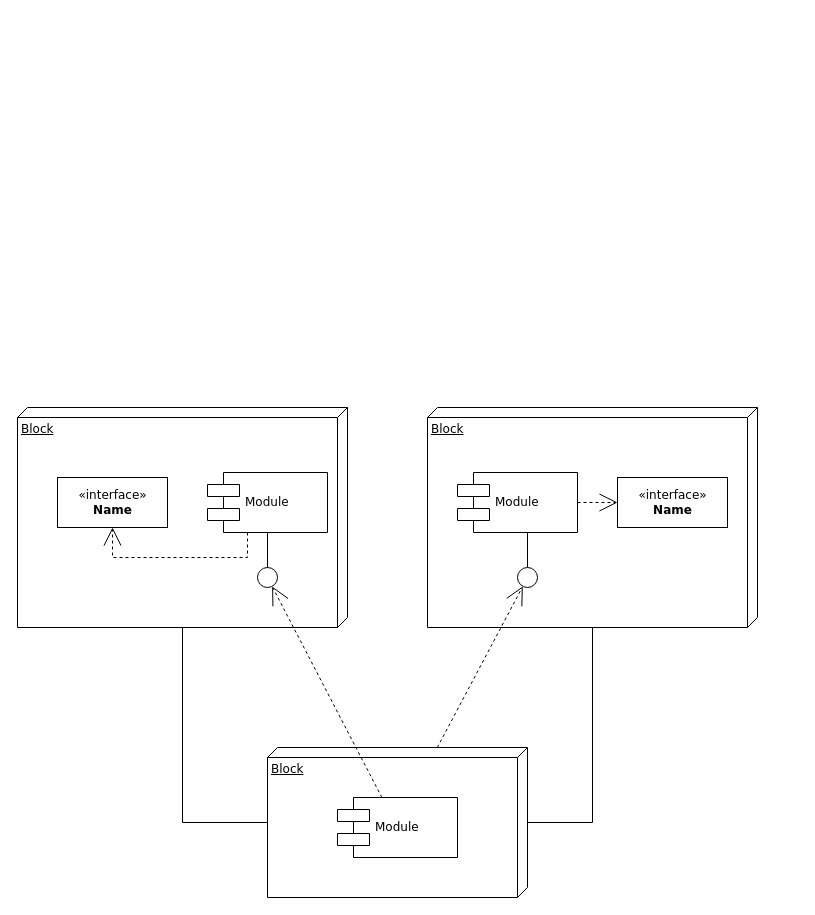
Earlier version of the draw.io diagram Диаграмма без названия.drawio (Anaastasiya/-). Source tidied: cells renumbered, new cells numbered last; positions are measured from the earlier drawing's top-left corner, leaving out a move shared by most shapes. Both pictures are drawn from the tidied source at 100%, with x=0, y=0 at pixel (17, 407).
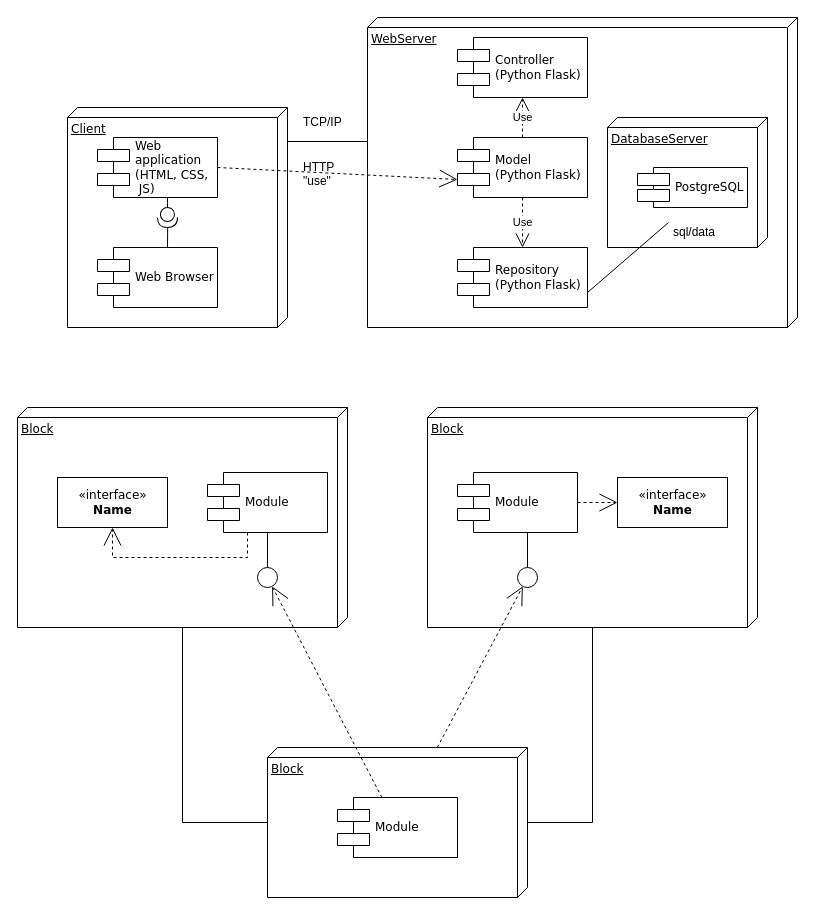
The same page after the edit.

What changed in the source:
```diff
@@
+    <mxCell id="20" value="Client" style="verticalAlign=top;align=left;spacingTop=8;spacingLeft=2;spacingRight=12;shape=cube;size=10;direction=south;fontStyle=4;html=1;rounded=0;shadow=0;comic=0;labelBackgroundColor=none;strokeWidth=1;fontFamily=Verdana;fontSize=12;" parent="1" vertex="1">
+      <mxGeometry x="50" y="-300" width="220" height="220" as="geometry" />
+    </mxCell>
+    <mxCell id="21" value="WebServer" style="verticalAlign=top;align=left;spacingTop=8;spacingLeft=2;spacingRight=12;shape=cube;size=10;direction=south;fontStyle=4;html=1;rounded=0;shadow=0;comic=0;labelBackgroundColor=none;strokeWidth=1;fontFamily=Verdana;fontSize=12;" parent="1" vertex="1">
+      <mxGeometry x="350" y="-390" width="430" height="310" as="geometry" />
+    </mxCell>
+    <mxCell id="22" value="DatabaseServer" style="verticalAlign=top;align=left;spacingTop=8;spacingLeft=2;spacingRight=12;shape=cube;size=10;direction=south;fontStyle=4;html=1;rounded=0;shadow=0;comic=0;labelBackgroundColor=none;strokeWidth=1;fontFamily=Verdana;fontSize=12;" parent="1" vertex="1">
+      <mxGeometry x="590" y="-290" width="160" height="130" as="geometry" />
+    </mxCell>
+    <mxCell id="23" value="Web &lt;br&gt;application&lt;br style=&quot;border-color: var(--border-color); text-align: center;&quot;&gt;&lt;span style=&quot;text-align: center;&quot;&gt;(HTML, CSS,&lt;br&gt;&amp;nbsp;JS&lt;/span&gt;&lt;span style=&quot;text-align: center;&quot;&gt;)&lt;/span&gt;" style="shape=component;align=left;spacingLeft=36;rounded=0;shadow=0;comic=0;labelBackgroundColor=none;strokeWidth=1;fontFamily=Verdana;fontSize=12;html=1;" parent="1" vertex="1">
+      <mxGeometry x="80" y="-270" width="120" height="60" as="geometry" />
+    </mxCell>
+    <mxCell id="24" value="Controller&lt;br style=&quot;border-color: var(--border-color);&quot;&gt;(Python Flask)" style="shape=component;align=left;spacingLeft=36;rounded=0;shadow=0;comic=0;labelBackgroundColor=none;strokeWidth=1;fontFamily=Verdana;fontSize=12;html=1;" parent="1" vertex="1">
+      <mxGeometry x="440" y="-370" width="130" height="60" as="geometry" />
+    </mxCell>
+    <mxCell id="25" value="PostgreSQL" style="shape=component;align=left;spacingLeft=36;rounded=0;shadow=0;comic=0;labelBackgroundColor=none;strokeWidth=1;fontFamily=Verdana;fontSize=12;html=1;" parent="1" vertex="1">
+      <mxGeometry x="620" y="-240" width="110" height="40" as="geometry" />
+    </mxCell>
+    <mxCell id="26" style="edgeStyle=none;rounded=0;html=1;dashed=1;labelBackgroundColor=none;startArrow=none;startFill=0;startSize=8;endArrow=open;endFill=0;endSize=16;fontFamily=Verdana;fontSize=12;exitX=1;exitY=0.5;exitDx=0;exitDy=0;entryX=0;entryY=0.7;entryDx=0;entryDy=0;" parent="1" edge="1" source="23" target="32">
+      <mxGeometry relative="1" as="geometry" />
+    </mxCell>
+    <mxCell id="27" style="edgeStyle=elbowEdgeStyle;rounded=0;html=1;labelBackgroundColor=none;startArrow=none;startFill=0;startSize=8;endArrow=none;endFill=0;endSize=16;fontFamily=Verdana;fontSize=12;" parent="1" edge="1" target="23">
+      <mxGeometry relative="1" as="geometry">
+        <mxPoint x="150" y="-200" as="sourcePoint" />
+      </mxGeometry>
+    </mxCell>
+    <mxCell id="28" value="Web Browser" style="shape=component;align=left;spacingLeft=36;rounded=0;shadow=0;comic=0;labelBackgroundColor=none;strokeWidth=1;fontFamily=Verdana;fontSize=12;html=1;" parent="1" vertex="1">
+      <mxGeometry x="80" y="-160" width="120" height="60" as="geometry" />
+    </mxCell>
+    <mxCell id="29" style="shape=providedRequiredInterface;html=1;verticalLabelPosition=bottom;sketch=0;rotation=89;" parent="1" vertex="1">
+      <mxGeometry x="140" y="-200" width="20" height="20" as="geometry" />
+    </mxCell>
+    <mxCell id="30" style="edgeStyle=elbowEdgeStyle;rounded=0;html=1;labelBackgroundColor=none;startArrow=none;startFill=0;startSize=8;endArrow=none;endFill=0;endSize=16;fontFamily=Verdana;fontSize=12;exitX=1;exitY=0.5;exitDx=0;exitDy=0;exitPerimeter=0;" parent="1" edge="1" source="29" target="28">
+      <mxGeometry relative="1" as="geometry" />
+    </mxCell>
+    <mxCell id="31" value="TCP/IP" style="text;strokeColor=none;fillColor=none;align=left;verticalAlign=middle;spacingLeft=4;spacingRight=4;overflow=hidden;whiteSpace=wrap;html=1;" parent="1" vertex="1">
+      <mxGeometry x="280" y="-300" width="80" height="30" as="geometry" />
+    </mxCell>
+    <mxCell id="32" value="Model&lt;br style=&quot;border-color: var(--border-color);&quot;&gt;(Python Flask)" style="shape=component;align=left;spacingLeft=36;rounded=0;shadow=0;comic=0;labelBackgroundColor=none;strokeWidth=1;fontFamily=Verdana;fontSize=12;html=1;" parent="1" vertex="1">
+      <mxGeometry x="440" y="-270" width="130" height="60" as="geometry" />
+    </mxCell>
+    <mxCell id="33" value="HTTP&lt;br&gt;&quot;use&quot;" style="text;strokeColor=none;fillColor=none;align=left;verticalAlign=middle;spacingLeft=4;spacingRight=4;overflow=hidden;whiteSpace=wrap;html=1;" parent="1" vertex="1">
+      <mxGeometry x="280" y="-250" width="80" height="30" as="geometry" />
+    </mxCell>
+    <mxCell id="34" value="Use" style="endArrow=open;endSize=12;dashed=1;html=1;rounded=0;entryX=0.5;entryY=1;entryDx=0;entryDy=0;exitX=0.5;exitY=0;exitDx=0;exitDy=0;" parent="1" edge="1" source="32" target="24">
+      <mxGeometry relative="1" as="geometry" />
+    </mxCell>
+    <mxCell id="35" value="Repository&lt;br&gt;(Python Flask)" style="shape=component;align=left;spacingLeft=36;rounded=0;shadow=0;comic=0;labelBackgroundColor=none;strokeWidth=1;fontFamily=Verdana;fontSize=12;html=1;" parent="1" vertex="1">
+      <mxGeometry x="440" y="-160" width="130" height="60" as="geometry" />
+    </mxCell>
+    <mxCell id="36" value="Use" style="endArrow=open;endSize=12;dashed=1;html=1;rounded=0;exitX=0.5;exitY=1;exitDx=0;exitDy=0;entryX=0.5;entryY=0;entryDx=0;entryDy=0;" parent="1" edge="1" source="32" target="35">
+      <mxGeometry relative="1" as="geometry" />
+    </mxCell>
+    <mxCell id="37" style="line;strokeWidth=1;fillColor=none;align=left;verticalAlign=middle;spacingTop=-1;spacingLeft=3;spacingRight=3;labelPosition=right;strokeColor=inherit;" parent="1" vertex="1">
+      <mxGeometry x="270" y="-270" width="80" height="8" as="geometry" />
+    </mxCell>
+    <mxCell id="38" style="jettySize=auto;html=1;rounded=0;exitX=1;exitY=0.75;exitDx=0;exitDy=0;endArrow=none;endFill=0;entryX=0.012;entryY=0.167;entryDx=0;entryDy=0;entryPerimeter=0;" parent="1" edge="1" source="35" target="39">
+      <mxGeometry relative="1" as="geometry" />
+    </mxCell>
+    <mxCell id="39" value="sql/data" style="text;strokeColor=none;fillColor=none;align=left;verticalAlign=middle;spacingLeft=4;spacingRight=4;overflow=hidden;points=[[0,0.5],[1,0.5]];portConstraint=eastwest;whiteSpace=wrap;html=1;" parent="1" vertex="1">
+      <mxGeometry x="650" y="-190" width="85" height="30" as="geometry" />
+    </mxCell>
```
